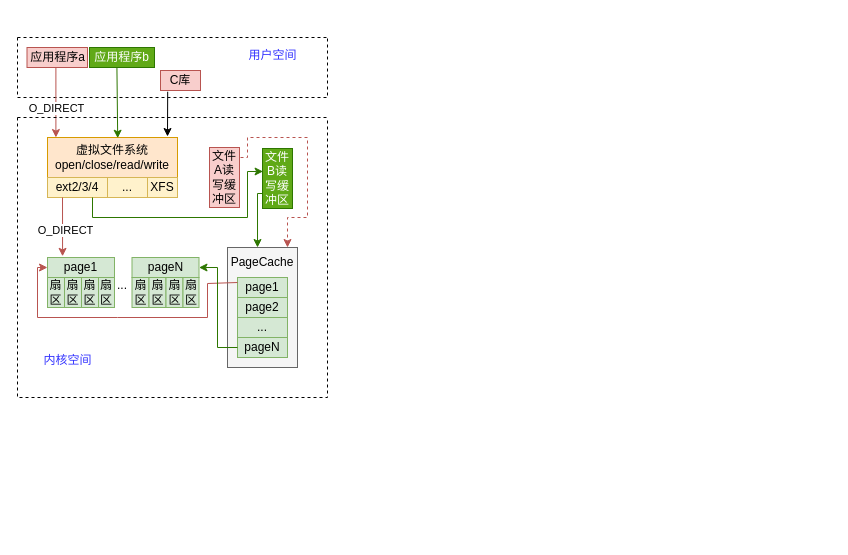
Before: page "文件系统" (1 of 3) of 文件系统.drawio in liushan86/learnnode, a draw.io diagram. Source tidied: cells renumbered, new cells numbered last; positions are measured from the earlier drawing's top-left corner, leaving out a move shared by most shapes. Both pictures are drawn from the tidied source at 100%, with x=0, y=0 at pixel (17, 37).
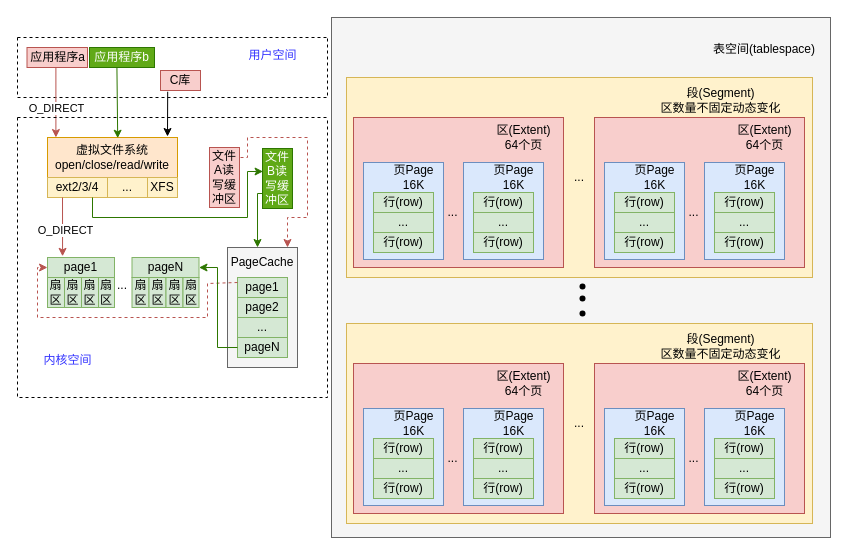
The same diagram, later.

Commit message:
更新文件系统.drawio

Unchanged cells that the change refers to:
```xml
<mxCell id="6" value="page1" style="rounded=0;whiteSpace=wrap;html=1;fillColor=#d5e8d4;strokeColor=#82b366;" parent="1" vertex="1">
  <mxGeometry x="30" y="220" width="67" height="20" as="geometry" />
</mxCell>
<mxCell id="19" value="page1" style="rounded=0;whiteSpace=wrap;html=1;fillColor=#d5e8d4;strokeColor=#82b366;" parent="1" vertex="1">
  <mxGeometry x="220" y="240" width="50" height="20" as="geometry" />
</mxCell>
```

What changed in the source:
```diff
@@
-    <mxCell id="39" style="endArrow=classic;html=1;rounded=0;entryX=0;entryY=0.5;entryDx=0;entryDy=0;exitX=0;exitY=0.25;exitDx=0;exitDy=0;fillColor=#f8cecc;strokeColor=#b85450;" parent="1" edge="1" source="19" target="6">
+    <mxCell id="39" style="endArrow=classic;html=1;rounded=0;entryX=0;entryY=0.5;entryDx=0;entryDy=0;exitX=0;exitY=0.25;exitDx=0;exitDy=0;fillColor=#f8cecc;strokeColor=#b85450;dashed=1;" parent="1" edge="1" source="19" target="6">
       <mxGeometry relative="1" as="geometry">
         <Array as="points">
           <mxPoint x="190" y="246" />
           <mxPoint x="190" y="280" />
           <mxPoint x="100" y="280" />
           <mxPoint x="20" y="280" />
           <mxPoint x="20" y="230" />
         </Array>
       </mxGeometry>
     </mxCell>
@@
+    <mxCell id="43" style="rounded=0;whiteSpace=wrap;html=1;fillColor=#f5f5f5;fontColor=#333333;strokeColor=#666666;" parent="1" vertex="1">
+      <mxGeometry x="314" y="-20" width="499" height="520" as="geometry" />
+    </mxCell>
+    <mxCell id="44" value="..." style="rounded=0;whiteSpace=wrap;html=1;fillColor=#fff2cc;strokeColor=#d6b656;" parent="1" vertex="1">
+      <mxGeometry x="329" y="40" width="466" height="200" as="geometry" />
+    </mxCell>
+    <mxCell id="45" style="rounded=0;whiteSpace=wrap;html=1;fillColor=#f8cecc;strokeColor=#b85450;" parent="1" vertex="1">
+      <mxGeometry x="336" y="80" width="210" height="150" as="geometry" />
+    </mxCell>
+    <mxCell id="46" value="&lt;div&gt;区(Extent)&lt;br&gt;&lt;/div&gt;&lt;div&gt;64个页&lt;br&gt;&lt;/div&gt;" style="text;html=1;align=center;verticalAlign=middle;strokeColor=none;fillColor=none;" parent="1" vertex="1">
+      <mxGeometry x="466" y="80" width="80" height="40" as="geometry" />
+    </mxCell>
+    <mxCell id="47" style="rounded=0;whiteSpace=wrap;html=1;fillColor=#dae8fc;strokeColor=#6c8ebf;" parent="1" vertex="1">
+      <mxGeometry x="346" y="125" width="80" height="97" as="geometry" />
+    </mxCell>
+    <mxCell id="48" value="&lt;div&gt;页Page&lt;/div&gt;&lt;div&gt;16K&lt;br&gt;&lt;/div&gt;" style="text;html=1;align=center;verticalAlign=middle;strokeColor=none;fillColor=none;" parent="1" vertex="1">
+      <mxGeometry x="366" y="120" width="60" height="40" as="geometry" />
+    </mxCell>
+    <mxCell id="49" value="行(row)" style="rounded=0;whiteSpace=wrap;html=1;fillColor=#d5e8d4;strokeColor=#82b366;" parent="1" vertex="1">
+      <mxGeometry x="356" y="155" width="60" height="20" as="geometry" />
+    </mxCell>
+    <mxCell id="50" value="..." style="rounded=0;whiteSpace=wrap;html=1;fillColor=#d5e8d4;strokeColor=#82b366;" parent="1" vertex="1">
+      <mxGeometry x="356" y="175" width="60" height="20" as="geometry" />
+    </mxCell>
+    <mxCell id="51" value="行(row)" style="rounded=0;whiteSpace=wrap;html=1;fillColor=#d5e8d4;strokeColor=#82b366;" parent="1" vertex="1">
+      <mxGeometry x="356" y="195" width="60" height="20" as="geometry" />
+    </mxCell>
+    <mxCell id="52" value="..." style="text;html=1;align=center;verticalAlign=middle;strokeColor=none;fillColor=none;" parent="1" vertex="1">
+      <mxGeometry x="420" y="160" width="30" height="30" as="geometry" />
+    </mxCell>
+    <mxCell id="53" style="rounded=0;whiteSpace=wrap;html=1;fillColor=#dae8fc;strokeColor=#6c8ebf;" parent="1" vertex="1">
+      <mxGeometry x="446" y="125" width="80" height="97" as="geometry" />
+    </mxCell>
+    <mxCell id="54" value="&lt;div&gt;页Page&lt;/div&gt;&lt;div&gt;16K&lt;br&gt;&lt;/div&gt;" style="text;html=1;align=center;verticalAlign=middle;strokeColor=none;fillColor=none;" parent="1" vertex="1">
+      <mxGeometry x="466" y="120" width="60" height="40" as="geometry" />
+    </mxCell>
+    <mxCell id="55" value="行(row)" style="rounded=0;whiteSpace=wrap;html=1;fillColor=#d5e8d4;strokeColor=#82b366;" parent="1" vertex="1">
+      <mxGeometry x="456" y="155" width="60" height="20" as="geometry" />
+    </mxCell>
+    <mxCell id="56" value="..." style="rounded=0;whiteSpace=wrap;html=1;fillColor=#d5e8d4;strokeColor=#82b366;" parent="1" vertex="1">
+      <mxGeometry x="456" y="175" width="60" height="20" as="geometry" />
+    </mxCell>
+    <mxCell id="57" value="行(row)" style="rounded=0;whiteSpace=wrap;html=1;fillColor=#d5e8d4;strokeColor=#82b366;" parent="1" vertex="1">
+      <mxGeometry x="456" y="195" width="60" height="20" as="geometry" />
+    </mxCell>
+    <mxCell id="58" style="rounded=0;whiteSpace=wrap;html=1;fillColor=#f8cecc;strokeColor=#b85450;" parent="1" vertex="1">
+      <mxGeometry x="577" y="80" width="210" height="150" as="geometry" />
+    </mxCell>
+    <mxCell id="59" value="&lt;div&gt;区(Extent)&lt;br&gt;&lt;/div&gt;&lt;div&gt;64个页&lt;br&gt;&lt;/div&gt;" style="text;html=1;align=center;verticalAlign=middle;strokeColor=none;fillColor=none;" parent="1" vertex="1">
+      <mxGeometry x="707" y="80" width="80" height="40" as="geometry" />
+    </mxCell>
+    <mxCell id="60" style="rounded=0;whiteSpace=wrap;html=1;fillColor=#dae8fc;strokeColor=#6c8ebf;" parent="1" vertex="1">
+      <mxGeometry x="587" y="125" width="80" height="97" as="geometry" />
+    </mxCell>
+    <mxCell id="61" value="&lt;div&gt;页Page&lt;/div&gt;&lt;div&gt;16K&lt;br&gt;&lt;/div&gt;" style="text;html=1;align=center;verticalAlign=middle;strokeColor=none;fillColor=none;" parent="1" vertex="1">
+      <mxGeometry x="607" y="120" width="60" height="40" as="geometry" />
+    </mxCell>
+    <mxCell id="62" value="行(row)" style="rounded=0;whiteSpace=wrap;html=1;fillColor=#d5e8d4;strokeColor=#82b366;" parent="1" vertex="1">
+      <mxGeometry x="597" y="155" width="60" height="20" as="geometry" />
+    </mxCell>
+    <mxCell id="63" value="..." style="rounded=0;whiteSpace=wrap;html=1;fillColor=#d5e8d4;strokeColor=#82b366;" parent="1" vertex="1">
+      <mxGeometry x="597" y="175" width="60" height="20" as="geometry" />
+    </mxCell>
+    <mxCell id="64" value="行(row)" style="rounded=0;whiteSpace=wrap;html=1;fillColor=#d5e8d4;strokeColor=#82b366;" parent="1" vertex="1">
+      <mxGeometry x="597" y="195" width="60" height="20" as="geometry" />
+    </mxCell>
+    <mxCell id="65" value="..." style="text;html=1;align=center;verticalAlign=middle;strokeColor=none;fillColor=none;" parent="1" vertex="1">
+      <mxGeometry x="661" y="160" width="30" height="30" as="geometry" />
+    </mxCell>
+    <mxCell id="66" style="rounded=0;whiteSpace=wrap;html=1;fillColor=#dae8fc;strokeColor=#6c8ebf;" parent="1" vertex="1">
+      <mxGeometry x="687" y="125" width="80" height="97" as="geometry" />
+    </mxCell>
+    <mxCell id="67" value="&lt;div&gt;页Page&lt;/div&gt;&lt;div&gt;16K&lt;br&gt;&lt;/div&gt;" style="text;html=1;align=center;verticalAlign=middle;strokeColor=none;fillColor=none;" parent="1" vertex="1">
+      <mxGeometry x="707" y="120" width="60" height="40" as="geometry" />
+    </mxCell>
+    <mxCell id="68" value="行(row)" style="rounded=0;whiteSpace=wrap;html=1;fillColor=#d5e8d4;strokeColor=#82b366;" parent="1" vertex="1">
+      <mxGeometry x="697" y="155" width="60" height="20" as="geometry" />
+    </mxCell>
+    <mxCell id="69" value="..." style="rounded=0;whiteSpace=wrap;html=1;fillColor=#d5e8d4;strokeColor=#82b366;" parent="1" vertex="1">
+      <mxGeometry x="697" y="175" width="60" height="20" as="geometry" />
+    </mxCell>
+    <mxCell id="70" value="行(row)" style="rounded=0;whiteSpace=wrap;html=1;fillColor=#d5e8d4;strokeColor=#82b366;" parent="1" vertex="1">
+      <mxGeometry x="697" y="195" width="60" height="20" as="geometry" />
+    </mxCell>
+    <mxCell id="71" value="&lt;div&gt;段(Segment)&lt;br&gt;&lt;/div&gt;&lt;div&gt;区数量不固定动态变化&lt;br&gt;&lt;/div&gt;" style="text;html=1;align=center;verticalAlign=middle;strokeColor=none;fillColor=none;" parent="1" vertex="1">
+      <mxGeometry x="633" y="43" width="140" height="40" as="geometry" />
+    </mxCell>
+    <mxCell id="72" value="..." style="rounded=0;whiteSpace=wrap;html=1;fillColor=#fff2cc;strokeColor=#d6b656;" parent="1" vertex="1">
+      <mxGeometry x="329" y="286" width="466" height="200" as="geometry" />
+    </mxCell>
+    <mxCell id="73" style="rounded=0;whiteSpace=wrap;html=1;fillColor=#f8cecc;strokeColor=#b85450;" parent="1" vertex="1">
+      <mxGeometry x="336" y="326" width="210" height="150" as="geometry" />
+    </mxCell>
+    <mxCell id="74" value="&lt;div&gt;区(Extent)&lt;br&gt;&lt;/div&gt;&lt;div&gt;64个页&lt;br&gt;&lt;/div&gt;" style="text;html=1;align=center;verticalAlign=middle;strokeColor=none;fillColor=none;" parent="1" vertex="1">
+      <mxGeometry x="466" y="326" width="80" height="40" as="geometry" />
+    </mxCell>
+    <mxCell id="75" style="rounded=0;whiteSpace=wrap;html=1;fillColor=#dae8fc;strokeColor=#6c8ebf;" parent="1" vertex="1">
+      <mxGeometry x="346" y="371" width="80" height="97" as="geometry" />
+    </mxCell>
+    <mxCell id="76" value="&lt;div&gt;页Page&lt;/div&gt;&lt;div&gt;16K&lt;br&gt;&lt;/div&gt;" style="text;html=1;align=center;verticalAlign=middle;strokeColor=none;fillColor=none;" parent="1" vertex="1">
+      <mxGeometry x="366" y="366" width="60" height="40" as="geometry" />
+    </mxCell>
+    <mxCell id="77" value="行(row)" style="rounded=0;whiteSpace=wrap;html=1;fillColor=#d5e8d4;strokeColor=#82b366;" parent="1" vertex="1">
+      <mxGeometry x="356" y="401" width="60" height="20" as="geometry" />
+    </mxCell>
+    <mxCell id="78" value="..." style="rounded=0;whiteSpace=wrap;html=1;fillColor=#d5e8d4;strokeColor=#82b366;" parent="1" vertex="1">
+      <mxGeometry x="356" y="421" width="60" height="20" as="geometry" />
+    </mxCell>
+    <mxCell id="79" value="行(row)" style="rounded=0;whiteSpace=wrap;html=1;fillColor=#d5e8d4;strokeColor=#82b366;" parent="1" vertex="1">
+      <mxGeometry x="356" y="441" width="60" height="20" as="geometry" />
+    </mxCell>
+    <mxCell id="80" value="..." style="text;html=1;align=center;verticalAlign=middle;strokeColor=none;fillColor=none;" parent="1" vertex="1">
+      <mxGeometry x="420" y="406" width="30" height="30" as="geometry" />
+    </mxCell>
+    <mxCell id="81" style="rounded=0;whiteSpace=wrap;html=1;fillColor=#dae8fc;strokeColor=#6c8ebf;" parent="1" vertex="1">
+      <mxGeometry x="446" y="371" width="80" height="97" as="geometry" />
+    </mxCell>
+    <mxCell id="82" value="&lt;div&gt;页Page&lt;/div&gt;&lt;div&gt;16K&lt;br&gt;&lt;/div&gt;" style="text;html=1;align=center;verticalAlign=middle;strokeColor=none;fillColor=none;" parent="1" vertex="1">
+      <mxGeometry x="466" y="366" width="60" height="40" as="geometry" />
+    </mxCell>
+    <mxCell id="83" value="行(row)" style="rounded=0;whiteSpace=wrap;html=1;fillColor=#d5e8d4;strokeColor=#82b366;" parent="1" vertex="1">
+      <mxGeometry x="456" y="401" width="60" height="20" as="geometry" />
+    </mxCell>
+    <mxCell id="84" value="..." style="rounded=0;whiteSpace=wrap;html=1;fillColor=#d5e8d4;strokeColor=#82b366;" parent="1" vertex="1">
+      <mxGeometry x="456" y="421" width="60" height="20" as="geometry" />
+    </mxCell>
+    <mxCell id="85" value="行(row)" style="rounded=0;whiteSpace=wrap;html=1;fillColor=#d5e8d4;strokeColor=#82b366;" parent="1" vertex="1">
+      <mxGeometry x="456" y="441" width="60" height="20" as="geometry" />
+    </mxCell>
+    <mxCell id="86" style="rounded=0;whiteSpace=wrap;html=1;fillColor=#f8cecc;strokeColor=#b85450;" parent="1" vertex="1">
+      <mxGeometry x="577" y="326" width="210" height="150" as="geometry" />
+    </mxCell>
+    <mxCell id="87" value="&lt;div&gt;区(Extent)&lt;br&gt;&lt;/div&gt;&lt;div&gt;64个页&lt;br&gt;&lt;/div&gt;" style="text;html=1;align=center;verticalAlign=middle;strokeColor=none;fillColor=none;" parent="1" vertex="1">
+      <mxGeometry x="707" y="326" width="80" height="40" as="geometry" />
+    </mxCell>
+    <mxCell id="88" style="rounded=0;whiteSpace=wrap;html=1;fillColor=#dae8fc;strokeColor=#6c8ebf;" parent="1" vertex="1">
+      <mxGeometry x="587" y="371" width="80" height="97" as="geometry" />
+    </mxCell>
+    <mxCell id="89" value="&lt;div&gt;页Page&lt;/div&gt;&lt;div&gt;16K&lt;br&gt;&lt;/div&gt;" style="text;html=1;align=center;verticalAlign=middle;strokeColor=none;fillColor=none;" parent="1" vertex="1">
+      <mxGeometry x="607" y="366" width="60" height="40" as="geometry" />
+    </mxCell>
+    <mxCell id="90" value="行(row)" style="rounded=0;whiteSpace=wrap;html=1;fillColor=#d5e8d4;strokeColor=#82b366;" parent="1" vertex="1">
+      <mxGeometry x="597" y="401" width="60" height="20" as="geometry" />
+    </mxCell>
+    <mxCell id="91" value="..." style="rounded=0;whiteSpace=wrap;html=1;fillColor=#d5e8d4;strokeColor=#82b366;" parent="1" vertex="1">
+      <mxGeometry x="597" y="421" width="60" height="20" as="geometry" />
+    </mxCell>
+    <mxCell id="92" value="行(row)" style="rounded=0;whiteSpace=wrap;html=1;fillColor=#d5e8d4;strokeColor=#82b366;" parent="1" vertex="1">
+      <mxGeometry x="597" y="441" width="60" height="20" as="geometry" />
+    </mxCell>
+    <mxCell id="93" value="..." style="text;html=1;align=center;verticalAlign=middle;strokeColor=none;fillColor=none;" parent="1" vertex="1">
+      <mxGeometry x="661" y="406" width="30" height="30" as="geometry" />
+    </mxCell>
+    <mxCell id="94" style="rounded=0;whiteSpace=wrap;html=1;fillColor=#dae8fc;strokeColor=#6c8ebf;" parent="1" vertex="1">
+      <mxGeometry x="687" y="371" width="80" height="97" as="geometry" />
+    </mxCell>
+    <mxCell id="95" value="&lt;div&gt;页Page&lt;/div&gt;&lt;div&gt;16K&lt;br&gt;&lt;/div&gt;" style="text;html=1;align=center;verticalAlign=middle;strokeColor=none;fillColor=none;" parent="1" vertex="1">
+      <mxGeometry x="707" y="366" width="60" height="40" as="geometry" />
+    </mxCell>
+    <mxCell id="96" value="行(row)" style="rounded=0;whiteSpace=wrap;html=1;fillColor=#d5e8d4;strokeColor=#82b366;" parent="1" vertex="1">
+      <mxGeometry x="697" y="401" width="60" height="20" as="geometry" />
+    </mxCell>
+    <mxCell id="97" value="..." style="rounded=0;whiteSpace=wrap;html=1;fillColor=#d5e8d4;strokeColor=#82b366;" parent="1" vertex="1">
+      <mxGeometry x="697" y="421" width="60" height="20" as="geometry" />
+    </mxCell>
+    <mxCell id="98" value="行(row)" style="rounded=0;whiteSpace=wrap;html=1;fillColor=#d5e8d4;strokeColor=#82b366;" parent="1" vertex="1">
+      <mxGeometry x="697" y="441" width="60" height="20" as="geometry" />
+    </mxCell>
+    <mxCell id="99" value="&lt;div&gt;段(Segment)&lt;br&gt;&lt;/div&gt;&lt;div&gt;区数量不固定动态变化&lt;br&gt;&lt;/div&gt;" style="text;html=1;align=center;verticalAlign=middle;strokeColor=none;fillColor=none;" parent="1" vertex="1">
+      <mxGeometry x="633" y="289" width="140" height="40" as="geometry" />
+    </mxCell>
+    <mxCell id="100" style="shape=waypoint;sketch=0;size=6;fillColor=none;perimeter=centerPerimeter;" parent="1" vertex="1">
+      <mxGeometry x="555" y="239" width="20" height="20" as="geometry" />
+    </mxCell>
+    <mxCell id="101" style="shape=waypoint;sketch=0;size=6;fillColor=none;perimeter=centerPerimeter;" parent="1" vertex="1">
+      <mxGeometry x="555" y="251" width="20" height="20" as="geometry" />
+    </mxCell>
+    <mxCell id="102" style="shape=waypoint;sketch=0;size=6;fillColor=none;perimeter=centerPerimeter;" parent="1" vertex="1">
+      <mxGeometry x="555" y="266" width="20" height="20" as="geometry" />
+    </mxCell>
+    <mxCell id="103" value="表空间(tablespace)" style="text;html=1;align=center;verticalAlign=middle;whiteSpace=wrap;rounded=0;" parent="1" vertex="1">
+      <mxGeometry x="690" y="-3" width="114" height="30" as="geometry" />
+    </mxCell>
```
